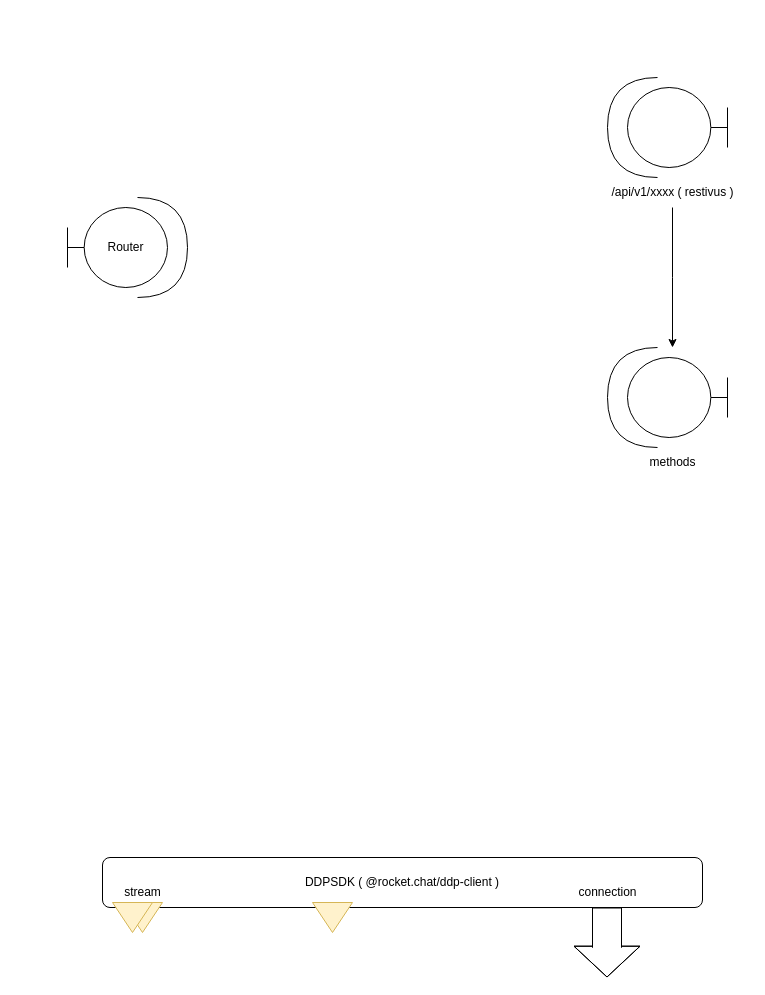
Before: page "client" (2 of 7) of apps/meteor/im.drawio in lexyos/Rocket.Chat, a draw.io diagram. Source tidied: cells renumbered, new cells numbered last; positions are measured from the earlier drawing's top-left corner, leaving out a move shared by most shapes. Both pictures are drawn from the tidied source at 100%, with x=0, y=0 at pixel (67, 77).
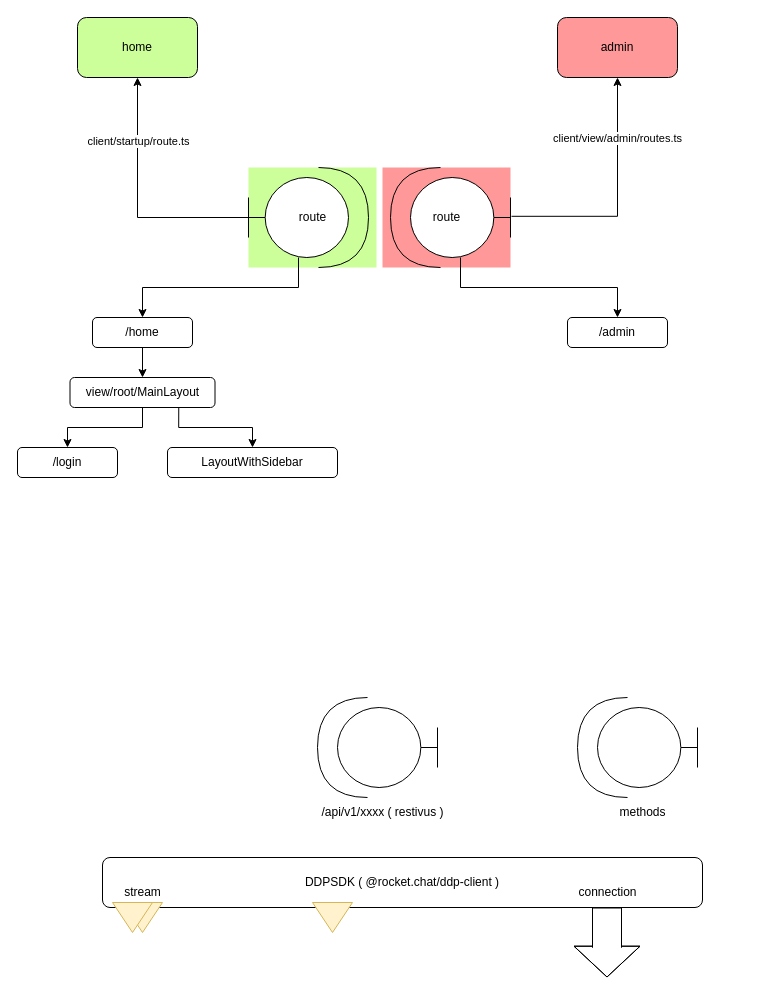
Above is the later version.

Unchanged cells that the change refers to:
```xml
<mxCell id="10" value="/api/v1/xxxx ( restivus )" style="text;html=1;align=center;verticalAlign=middle;points=[];strokeColor=none;fillColor=none;" parent="5" vertex="1">
  <mxGeometry y="100" width="150" height="30" as="geometry" />
</mxCell>
```

Change to the diagram source:
```diff
@@
-    <mxCell id="2" style="group;" parent="1" vertex="1">
-      <mxGeometry y="120" width="120" height="100" as="geometry" />
+    <mxCell id="2" style="group;fillColor=#CCFF99;" parent="1" vertex="1">
+      <mxGeometry x="181" y="90" width="128" height="100" as="geometry" />
     </mxCell>
-    <mxCell id="3" value="Router" style="shape=umlBoundary;whiteSpace=wrap;html=1;" parent="2" vertex="1">
+    <mxCell id="3" style="shape=umlBoundary;whiteSpace=wrap;html=1;" parent="2" vertex="1">
       <mxGeometry y="10" width="100" height="80" as="geometry" />
     </mxCell>
@@
+    <mxCell id="23" value="route" style="text;html=1;align=center;verticalAlign=middle;strokeColor=none;fillColor=none;" parent="2" vertex="1">
+      <mxGeometry x="39" y="35" width="50" height="30" as="geometry" />
+    </mxCell>
     <mxCell id="5" style="group;" parent="1" vertex="1">
-      <mxGeometry x="530" width="150" height="130" as="geometry" />
+      <mxGeometry x="240" y="620" width="150" height="130" as="geometry" />
     </mxCell>
@@
-    <mxCell id="9" style="edgeStyle=orthogonalEdgeStyle;rounded=0;jettySize=auto;html=1;" parent="5" edge="1" source="10">
-      <mxGeometry relative="1" as="geometry">
-        <mxPoint x="75" y="270" as="targetPoint" />
-      </mxGeometry>
-    </mxCell>
@@
     <mxCell id="11" style="group;" parent="1" vertex="1">
-      <mxGeometry x="530" y="270" width="150" height="130" as="geometry" />
+      <mxGeometry x="500" y="620" width="150" height="130" as="geometry" />
     </mxCell>
@@
+    <mxCell id="24" value="home" style="rounded=1;whiteSpace=wrap;html=1;fillColor=#CCFF99;" parent="1" vertex="1">
+      <mxGeometry x="10" y="-60" width="120" height="60" as="geometry" />
+    </mxCell>
+    <mxCell id="25" value="admin" style="rounded=1;whiteSpace=wrap;html=1;fillColor=#FF9999;" parent="1" vertex="1">
+      <mxGeometry x="490" y="-60" width="120" height="60" as="geometry" />
+    </mxCell>
+    <mxCell id="26" style="edgeStyle=orthogonalEdgeStyle;rounded=0;jettySize=auto;html=1;entryX=0.5;entryY=1;entryDx=0;entryDy=0;" parent="1" edge="1" source="3" target="24">
+      <mxGeometry relative="1" as="geometry" />
+    </mxCell>
+    <mxCell id="27" value="client/startup/route.ts" style="edgeLabel;html=1;align=center;verticalAlign=middle;" parent="26" vertex="1">
+      <mxGeometry x="0.5" relative="1" as="geometry" />
+    </mxCell>
+    <mxCell id="28" style="group;rotation=-180;fillColor=#FF9999;" parent="1" vertex="1">
+      <mxGeometry x="315" y="90" width="128" height="100" as="geometry" />
+    </mxCell>
+    <mxCell id="29" style="shape=umlBoundary;whiteSpace=wrap;html=1;rotation=-180;" parent="28" vertex="1">
+      <mxGeometry x="28" y="10" width="100" height="80" as="geometry" />
+    </mxCell>
+    <mxCell id="30" style="shape=requiredInterface;html=1;verticalLabelPosition=bottom;sketch=0;rotation=-180;" parent="28" vertex="1">
+      <mxGeometry x="8" width="50" height="100" as="geometry" />
+    </mxCell>
+    <mxCell id="31" value="route" style="text;html=1;align=center;verticalAlign=middle;strokeColor=none;fillColor=none;" parent="28" vertex="1">
+      <mxGeometry x="39" y="35" width="50" height="30" as="geometry" />
+    </mxCell>
+    <mxCell id="32" style="edgeStyle=orthogonalEdgeStyle;rounded=0;jettySize=auto;html=1;entryX=0.5;entryY=1;entryDx=0;entryDy=0;exitX=-0.01;exitY=0.515;exitDx=0;exitDy=0;exitPerimeter=0;" parent="1" edge="1" source="29" target="25">
+      <mxGeometry relative="1" as="geometry" />
+    </mxCell>
+    <mxCell id="33" value="client/view/admin/routes.ts" style="edgeLabel;html=1;align=center;verticalAlign=middle;" parent="32" vertex="1">
+      <mxGeometry x="0.5" y="1" relative="1" as="geometry" />
+    </mxCell>
+    <mxCell id="34" style="edgeStyle=orthogonalEdgeStyle;rounded=0;jettySize=auto;html=1;exitX=0.5;exitY=1;exitDx=0;exitDy=0;entryX=0.5;entryY=0;entryDx=0;entryDy=0;" parent="1" edge="1" source="35" target="41">
+      <mxGeometry relative="1" as="geometry" />
+    </mxCell>
+    <mxCell id="35" value="/home" style="rounded=1;whiteSpace=wrap;html=1;" parent="1" vertex="1">
+      <mxGeometry x="25" y="240" width="100" height="30" as="geometry" />
+    </mxCell>
+    <mxCell id="36" value="/admin" style="rounded=1;whiteSpace=wrap;html=1;" parent="1" vertex="1">
+      <mxGeometry x="500" y="240" width="100" height="30" as="geometry" />
+    </mxCell>
+    <mxCell id="37" style="edgeStyle=orthogonalEdgeStyle;rounded=0;jettySize=auto;html=1;entryX=0.5;entryY=0;entryDx=0;entryDy=0;" parent="1" edge="1" source="3" target="35">
+      <mxGeometry relative="1" as="geometry">
+        <Array as="points">
+          <mxPoint x="231" y="210" />
+          <mxPoint x="75" y="210" />
+        </Array>
+      </mxGeometry>
+    </mxCell>
+    <mxCell id="38" style="edgeStyle=orthogonalEdgeStyle;rounded=0;jettySize=auto;html=1;entryX=0.5;entryY=0;entryDx=0;entryDy=0;" parent="1" edge="1" source="29" target="36">
+      <mxGeometry relative="1" as="geometry">
+        <Array as="points">
+          <mxPoint x="393" y="210" />
+          <mxPoint x="550" y="210" />
+        </Array>
+      </mxGeometry>
+    </mxCell>
+    <mxCell id="39" style="edgeStyle=orthogonalEdgeStyle;rounded=0;jettySize=auto;html=1;entryX=0.5;entryY=0;entryDx=0;entryDy=0;" parent="1" edge="1" source="41" target="42">
+      <mxGeometry relative="1" as="geometry" />
+    </mxCell>
+    <mxCell id="40" style="edgeStyle=orthogonalEdgeStyle;rounded=0;jettySize=auto;html=1;exitX=0.75;exitY=1;exitDx=0;exitDy=0;entryX=0.5;entryY=0;entryDx=0;entryDy=0;" parent="1" edge="1" source="41" target="43">
+      <mxGeometry relative="1" as="geometry" />
+    </mxCell>
+    <mxCell id="41" value="view/root/MainLayout" style="rounded=1;whiteSpace=wrap;html=1;" parent="1" vertex="1">
+      <mxGeometry x="2.5" y="300" width="145" height="30" as="geometry" />
+    </mxCell>
+    <mxCell id="42" value="/login" style="rounded=1;whiteSpace=wrap;html=1;" parent="1" vertex="1">
+      <mxGeometry x="-50" y="370" width="100" height="30" as="geometry" />
+    </mxCell>
+    <mxCell id="43" value="LayoutWithSidebar" style="rounded=1;whiteSpace=wrap;html=1;" parent="1" vertex="1">
+      <mxGeometry x="100" y="370" width="170" height="30" as="geometry" />
+    </mxCell>
```
